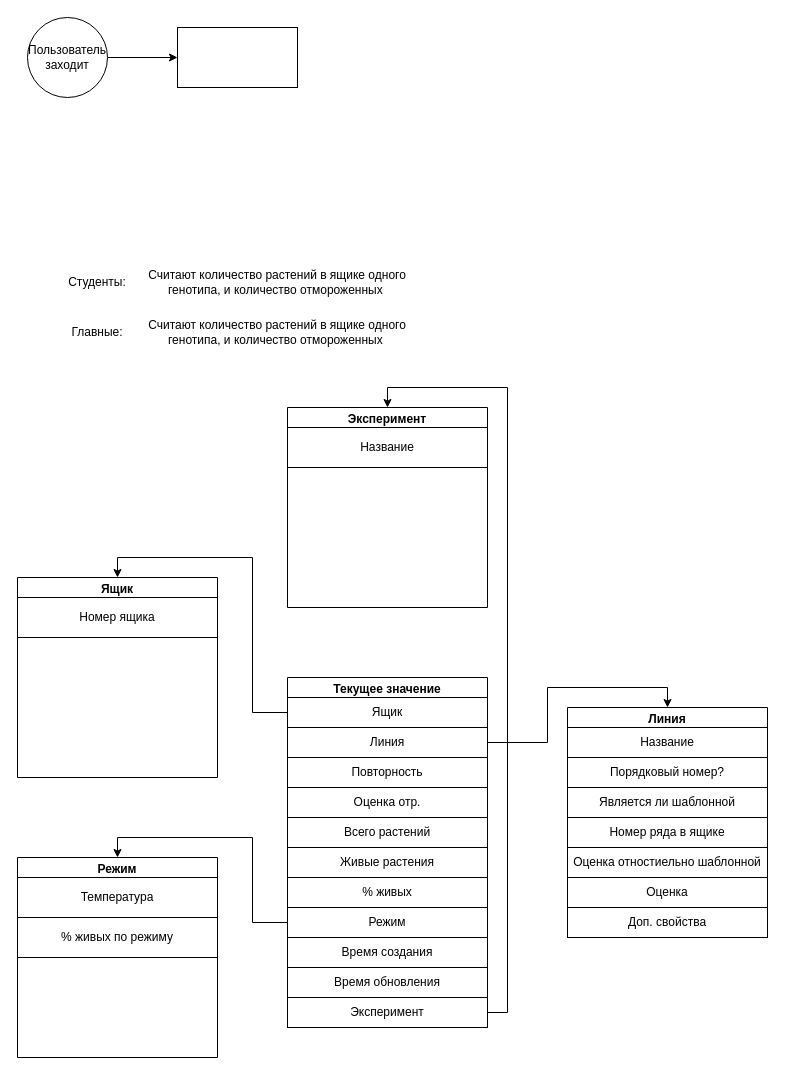
Above: BPMN.drawio in Ctfy21/rest-api-phenopro (draw.io), before the change. Source tidied: cells renumbered, new cells numbered last; positions are measured from the earlier drawing's top-left corner, leaving out a move shared by most shapes. Both pictures are drawn from the tidied source at 100%, with x=0, y=0 at pixel (17, 17).
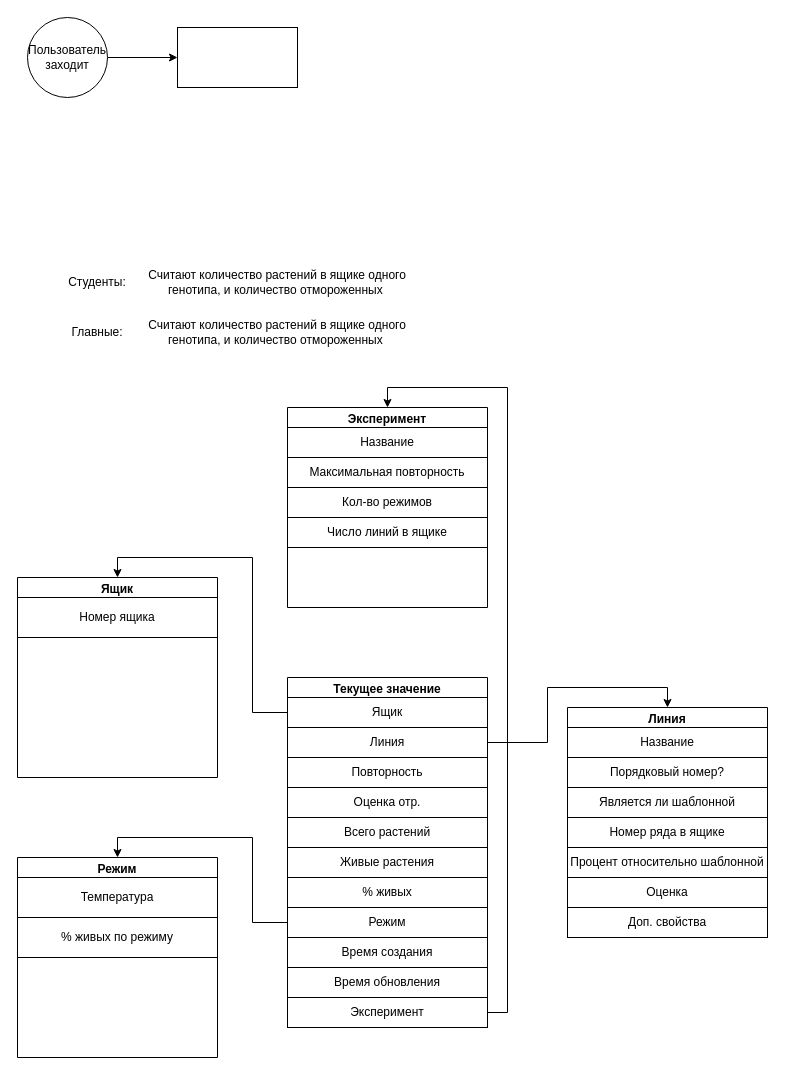
Above is the later version.

The change refers to these unchanged cells:
```xml
<mxCell id="11" value="Линия" style="swimlane;whiteSpace=wrap;html=1;" parent="1" vertex="1">
  <mxGeometry x="550" y="690" width="200" height="230" as="geometry" />
</mxCell>
<mxCell id="33" value="Эксперимент" style="swimlane;whiteSpace=wrap;html=1;" parent="1" vertex="1">
  <mxGeometry x="270" y="390" width="200" height="200" as="geometry" />
</mxCell>
```

Diff of the diagram source:
```diff
@@
-    <mxCell id="16" value="Оценка отностиельно шаблонной" style="rounded=0;whiteSpace=wrap;html=1;" parent="11" vertex="1">
+    <mxCell id="16" value="Процент относительно шаблонной" style="rounded=0;whiteSpace=wrap;html=1;" parent="11" vertex="1">
       <mxGeometry y="140" width="200" height="30" as="geometry" />
     </mxCell>
@@
     <mxCell id="34" value="Название" style="rounded=0;whiteSpace=wrap;html=1;" parent="33" vertex="1">
-      <mxGeometry y="20" width="200" height="40" as="geometry" />
+      <mxGeometry y="20" width="200" height="30" as="geometry" />
     </mxCell>
+    <mxCell id="40" value="Максимальная повторность" style="rounded=0;whiteSpace=wrap;html=1;" parent="33" vertex="1">
+      <mxGeometry y="50" width="200" height="30" as="geometry" />
+    </mxCell>
+    <mxCell id="41" value="Кол-во режимов" style="rounded=0;whiteSpace=wrap;html=1;" parent="33" vertex="1">
+      <mxGeometry y="80" width="200" height="30" as="geometry" />
+    </mxCell>
+    <mxCell id="42" value="Число линий в ящике" style="rounded=0;whiteSpace=wrap;html=1;" parent="33" vertex="1">
+      <mxGeometry y="110" width="200" height="30" as="geometry" />
+    </mxCell>
```
